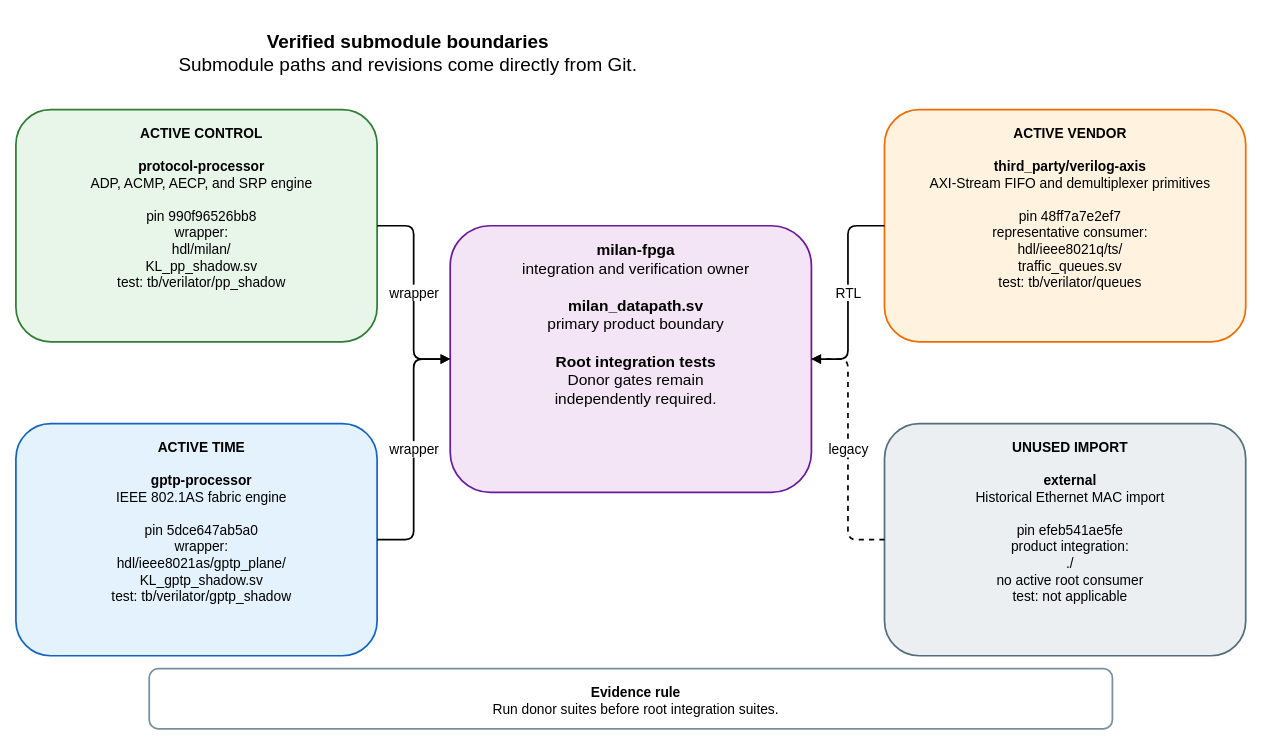
Earlier version of the draw.io diagram docs/diagrams/submodule_boundaries.drawio (kebag-logic/milan-fpga). Source tidied: cells renumbered, new cells numbered last; positions are measured from the earlier drawing's top-left corner, leaving out a move shared by most shapes. Both pictures are drawn from the tidied source at 86%, with x=0, y=0 at pixel (15, 15).
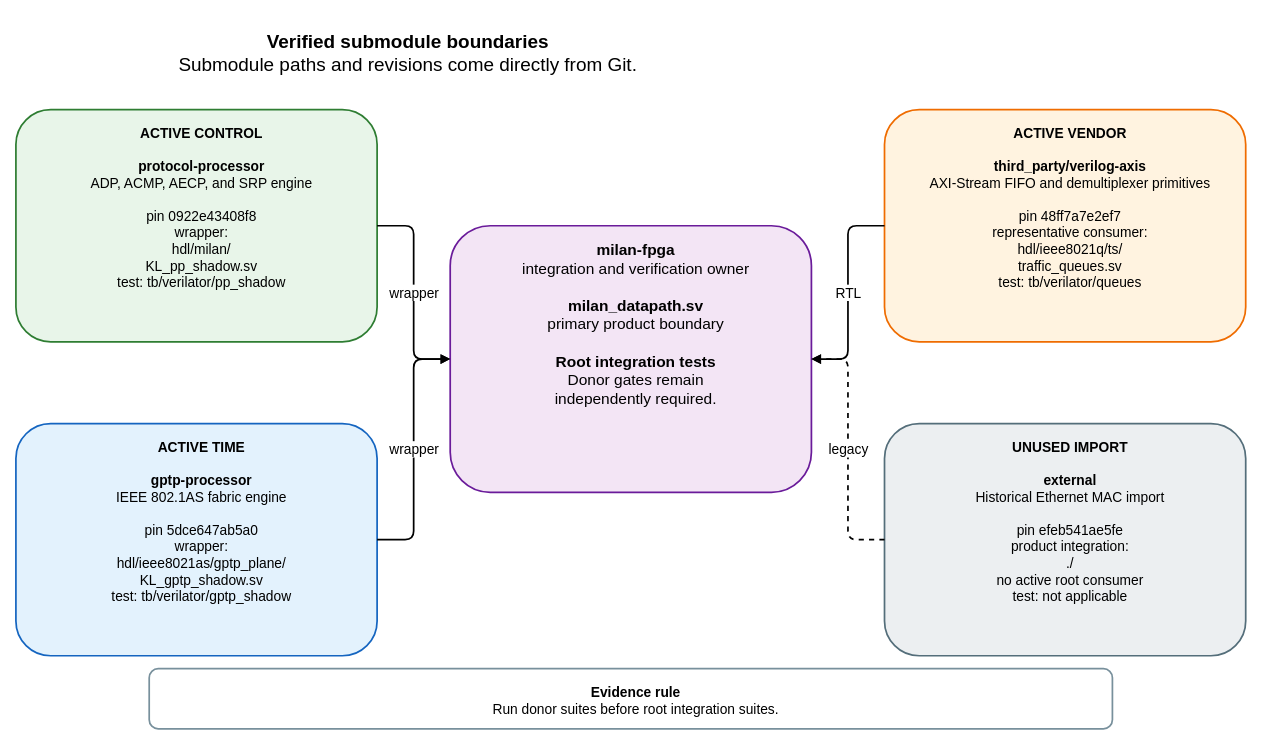
The same page after the edit.

Commit message (it also covers changes not shown here):
Adopt processor pin 0922e434 and refresh integration references

Change to the diagram source:
```diff
@@
 <mxGraphModel>
   <root>
     <mxCell id="0" />
     <mxCell id="1" parent="0" />
     <mxCell id="2" value="&lt;b&gt;Verified submodule boundaries&lt;/b&gt;&lt;br&gt;Submodule paths and revisions come directly from Git." style="rounded=1;whiteSpace=wrap;html=1;verticalAlign=top;spacingTop=12;spacingLeft=12;fontSize=22;fontFamily=Helvetica;fillColor=none;strokeColor=none;strokeWidth=2;" parent="1" vertex="1">
       <mxGeometry width="900" height="65" as="geometry" />
     </mxCell>
     <mxCell id="3" value="&lt;b&gt;milan-fpga&lt;/b&gt;&lt;br&gt;integration and verification owner&lt;br&gt;&lt;br&gt;&lt;b&gt;milan_datapath.sv&lt;/b&gt;&lt;br&gt;primary product boundary&lt;br&gt;&lt;br&gt;&lt;b&gt;Root integration tests&lt;/b&gt;&lt;br&gt;Donor gates remain&lt;br&gt;independently required." style="rounded=1;whiteSpace=wrap;html=1;verticalAlign=top;spacingTop=12;spacingLeft=12;fontSize=18;fontFamily=Helvetica;fillColor=#F3E5F5;strokeColor=#6A1B9A;strokeWidth=2;" parent="1" vertex="1">
       <mxGeometry x="505" y="245" width="420" height="310" as="geometry" />
     </mxCell>
-    <mxCell id="4" value="&lt;b&gt;ACTIVE CONTROL&lt;/b&gt;&lt;br&gt;&lt;br&gt;&lt;b&gt;protocol-processor&lt;/b&gt;&lt;br&gt;ADP, ACMP, AECP, and SRP engine&lt;br&gt;&lt;br&gt;pin 990f96526bb8&lt;br&gt;wrapper:&lt;br&gt;hdl/milan/&lt;br&gt;KL_pp_shadow.sv&lt;br&gt;test: tb/verilator/pp_shadow" style="rounded=1;whiteSpace=wrap;html=1;verticalAlign=top;spacingTop=12;spacingLeft=12;fontSize=16;fontFamily=Helvetica;fillColor=#E8F5E9;strokeColor=#2E7D32;strokeWidth=2;" parent="1" vertex="1">
+    <mxCell id="4" value="&lt;b&gt;ACTIVE CONTROL&lt;/b&gt;&lt;br&gt;&lt;br&gt;&lt;b&gt;protocol-processor&lt;/b&gt;&lt;br&gt;ADP, ACMP, AECP, and SRP engine&lt;br&gt;&lt;br&gt;pin 0922e43408f8&lt;br&gt;wrapper:&lt;br&gt;hdl/milan/&lt;br&gt;KL_pp_shadow.sv&lt;br&gt;test: tb/verilator/pp_shadow" style="rounded=1;whiteSpace=wrap;html=1;verticalAlign=top;spacingTop=12;spacingLeft=12;fontSize=16;fontFamily=Helvetica;fillColor=#E8F5E9;strokeColor=#2E7D32;strokeWidth=2;" parent="1" vertex="1">
       <mxGeometry y="110" width="420" height="270" as="geometry" />
     </mxCell>
     <mxCell id="5" value="&lt;b&gt;ACTIVE TIME&lt;/b&gt;&lt;br&gt;&lt;br&gt;&lt;b&gt;gptp-processor&lt;/b&gt;&lt;br&gt;IEEE 802.1AS fabric engine&lt;br&gt;&lt;br&gt;pin 5dce647ab5a0&lt;br&gt;wrapper:&lt;br&gt;hdl/ieee8021as/gptp_plane/&lt;br&gt;KL_gptp_shadow.sv&lt;br&gt;test: tb/verilator/gptp_shadow" style="rounded=1;whiteSpace=wrap;html=1;verticalAlign=top;spacingTop=12;spacingLeft=12;fontSize=16;fontFamily=Helvetica;fillColor=#E3F2FD;strokeColor=#1565C0;strokeWidth=2;" parent="1" vertex="1">
       <mxGeometry y="475" width="420" height="270" as="geometry" />
     </mxCell>
     <mxCell id="6" value="&lt;b&gt;ACTIVE VENDOR&lt;/b&gt;&lt;br&gt;&lt;br&gt;&lt;b&gt;third_party/verilog-axis&lt;/b&gt;&lt;br&gt;AXI-Stream FIFO and demultiplexer primitives&lt;br&gt;&lt;br&gt;pin 48ff7a7e2ef7&lt;br&gt;representative consumer:&lt;br&gt;hdl/ieee8021q/ts/&lt;br&gt;traffic_queues.sv&lt;br&gt;test: tb/verilator/queues" style="rounded=1;whiteSpace=wrap;html=1;verticalAlign=top;spacingTop=12;spacingLeft=12;fontSize=16;fontFamily=Helvetica;fillColor=#FFF3E0;strokeColor=#EF6C00;strokeWidth=2;" parent="1" vertex="1">
       <mxGeometry x="1010" y="110" width="420" height="270" as="geometry" />
     </mxCell>
     <mxCell id="7" value="&lt;b&gt;UNUSED IMPORT&lt;/b&gt;&lt;br&gt;&lt;br&gt;&lt;b&gt;external&lt;/b&gt;&lt;br&gt;Historical Ethernet MAC import&lt;br&gt;&lt;br&gt;pin efeb541ae5fe&lt;br&gt;product integration:&lt;br&gt;./&lt;br&gt;no active root consumer&lt;br&gt;test: not applicable" style="rounded=1;whiteSpace=wrap;html=1;verticalAlign=top;spacingTop=12;spacingLeft=12;fontSize=16;fontFamily=Helvetica;fillColor=#ECEFF1;strokeColor=#546E7A;strokeWidth=2;" parent="1" vertex="1">
       <mxGeometry x="1010" y="475" width="420" height="270" as="geometry" />
     </mxCell>
     <mxCell id="8" value="wrapper" style="edgeStyle=orthogonalEdgeStyle;rounded=1;jettySize=auto;html=1;endArrow=block;endFill=1;strokeWidth=2;fontSize=16;fontFamily=Helvetica;labelBackgroundColor=#FFFFFF;" parent="1" edge="1" source="4" target="3">
       <mxGeometry relative="1" as="geometry" />
     </mxCell>
     <mxCell id="9" value="wrapper" style="edgeStyle=orthogonalEdgeStyle;rounded=1;jettySize=auto;html=1;endArrow=block;endFill=1;strokeWidth=2;fontSize=16;fontFamily=Helvetica;labelBackgroundColor=#FFFFFF;" parent="1" edge="1" source="5" target="3">
       <mxGeometry relative="1" as="geometry" />
     </mxCell>
     <mxCell id="10" value="RTL" style="edgeStyle=orthogonalEdgeStyle;rounded=1;jettySize=auto;html=1;endArrow=block;endFill=1;strokeWidth=2;fontSize=16;fontFamily=Helvetica;labelBackgroundColor=#FFFFFF;" parent="1" edge="1" source="6" target="3">
       <mxGeometry relative="1" as="geometry" />
     </mxCell>
     <mxCell id="11" value="legacy" style="edgeStyle=orthogonalEdgeStyle;rounded=1;jettySize=auto;html=1;endArrow=block;endFill=1;strokeWidth=2;fontSize=16;fontFamily=Helvetica;labelBackgroundColor=#FFFFFF;dashed=1;" parent="1" edge="1" source="7" target="3">
       <mxGeometry relative="1" as="geometry" />
     </mxCell>
     <mxCell id="12" value="&lt;b&gt;Evidence rule&lt;/b&gt;&lt;br&gt;Run donor suites before root integration suites." style="rounded=1;whiteSpace=wrap;html=1;verticalAlign=top;spacingTop=12;spacingLeft=12;fontSize=16;fontFamily=Helvetica;fillColor=#FFFFFF;strokeColor=#78909C;strokeWidth=2;" parent="1" vertex="1">
       <mxGeometry x="155" y="760" width="1120" height="70" as="geometry" />
     </mxCell>
   </root>
 </mxGraphModel>
```
